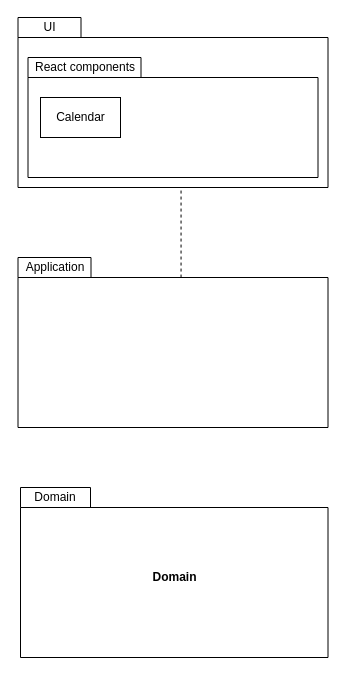
This is Software_architecture.drawio from simonbosman/Zermelo2Teams, a draw.io file, before an edit. Source tidied: cells renumbered, new cells numbered last; positions are measured from the earlier drawing's top-left corner, leaving out a move shared by most shapes. Both pictures are drawn from the tidied source at 100%, with x=0, y=0 at pixel (18, 17).
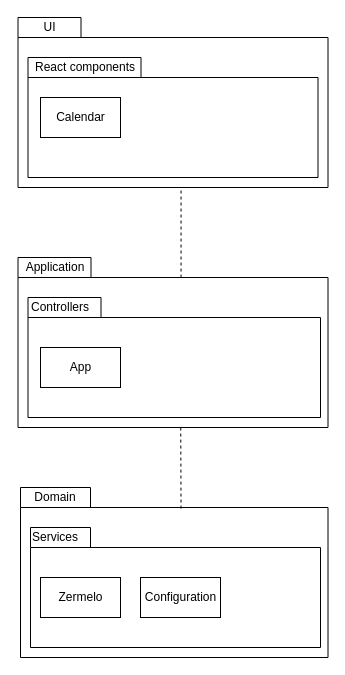
After the change.

Commit message:
Software architecture

The change refers to these unchanged cells:
```xml
<mxCell id="3" style="shape=folder;fontStyle=1;spacingTop=10;tabWidth=73;tabHeight=20;tabPosition=left;html=1;" parent="1" vertex="1">
  <mxGeometry x="-0.5" y="240" width="310" height="170" as="geometry" />
</mxCell>
```

Diff of the diagram source:
```diff
@@
-    <mxCell id="4" value="Domain" style="shape=folder;fontStyle=1;spacingTop=10;tabWidth=70;tabHeight=20;tabPosition=left;html=1;" parent="1" vertex="1">
+    <mxCell id="4" style="shape=folder;fontStyle=1;spacingTop=10;tabWidth=70;tabHeight=20;tabPosition=left;html=1;" parent="1" vertex="1">
       <mxGeometry x="2" y="470" width="307.5" height="170" as="geometry" />
     </mxCell>
@@
+    <mxCell id="12" style="shape=folder;fontStyle=1;spacingTop=10;tabWidth=73;tabHeight=20;tabPosition=left;html=1;" parent="1" vertex="1">
+      <mxGeometry x="9.5" y="280" width="292.5" height="120" as="geometry" />
+    </mxCell>
+    <mxCell id="13" value="Controllers" style="text;html=1;strokeColor=none;fillColor=none;align=center;verticalAlign=middle;whiteSpace=wrap;rounded=0;" parent="1" vertex="1">
+      <mxGeometry x="12" y="280" width="60" height="20" as="geometry" />
+    </mxCell>
+    <mxCell id="14" value="App" style="html=1;" parent="1" vertex="1">
+      <mxGeometry x="22" y="330" width="80" height="40" as="geometry" />
+    </mxCell>
+    <mxCell id="15" style="shape=folder;fontStyle=1;spacingTop=10;tabWidth=60;tabHeight=20;tabPosition=left;html=1;" parent="1" vertex="1">
+      <mxGeometry x="12" y="510" width="290" height="120" as="geometry" />
+    </mxCell>
+    <mxCell id="16" value="Services" style="text;html=1;strokeColor=none;fillColor=none;align=center;verticalAlign=middle;whiteSpace=wrap;rounded=0;" parent="1" vertex="1">
+      <mxGeometry x="7" y="510" width="60" height="20" as="geometry" />
+    </mxCell>
+    <mxCell id="17" value="Zermelo" style="html=1;" parent="1" vertex="1">
+      <mxGeometry x="22" y="560" width="80" height="40" as="geometry" />
+    </mxCell>
+    <mxCell id="18" value="Configuration" style="html=1;" parent="1" vertex="1">
+      <mxGeometry x="122" y="560" width="80" height="40" as="geometry" />
+    </mxCell>
+    <mxCell id="19" style="endArrow=none;dashed=1;html=1;rounded=0;edgeStyle=orthogonalEdgeStyle;exitX=0.522;exitY=0.124;exitDx=0;exitDy=0;exitPerimeter=0;entryX=0.525;entryY=1.001;entryDx=0;entryDy=0;entryPerimeter=0;" parent="1" edge="1" source="4" target="3">
+      <mxGeometry relative="1" as="geometry">
+        <Array as="points">
+          <mxPoint x="163" y="480" />
+          <mxPoint x="162" y="480" />
+        </Array>
+      </mxGeometry>
+    </mxCell>
```
